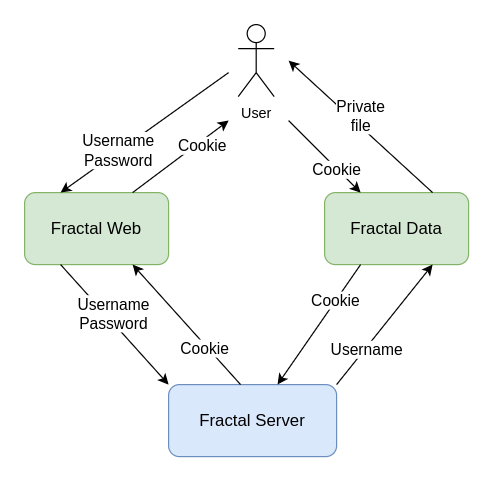
Before: fractal-vizarr-viewer-cookie-flow.png, a diagram exported from draw.io (fractal-analytics-platform/fractal-vizarr-viewer). Source tidied: cells renumbered, new cells last; positions are measured from the earlier drawing's top-left corner, leaving out a move shared by most shapes. The source it was exported from:
```xml
<mxGraphModel>
  <root>
    <mxCell id="0" />
    <mxCell id="1" parent="0" />
    <mxCell id="2" value="Fractal Web" style="rounded=1;whiteSpace=wrap;html=1;fontSize=14;fillColor=#d5e8d4;strokeColor=#82b366;" parent="1" vertex="1">
      <mxGeometry y="140" width="120" height="60" as="geometry" />
    </mxCell>
    <mxCell id="3" value="Fractal Data" style="rounded=1;whiteSpace=wrap;html=1;fontSize=14;fillColor=#d5e8d4;strokeColor=#82b366;" parent="1" vertex="1">
      <mxGeometry x="250" y="140" width="120" height="60" as="geometry" />
    </mxCell>
    <mxCell id="4" value="Fractal Server" style="rounded=1;whiteSpace=wrap;html=1;fontSize=14;fillColor=#dae8fc;strokeColor=#6c8ebf;" parent="1" vertex="1">
      <mxGeometry x="120" y="300" width="140" height="60" as="geometry" />
    </mxCell>
    <mxCell id="5" value="User" style="shape=umlActor;verticalLabelPosition=bottom;verticalAlign=top;html=1;" parent="1" vertex="1">
      <mxGeometry x="178" width="30" height="60" as="geometry" />
    </mxCell>
    <mxCell id="6" style="endArrow=classic;html=1;rounded=0;entryX=0.25;entryY=0;entryDx=0;entryDy=0;" parent="1" edge="1" target="2">
      <mxGeometry relative="1" as="geometry">
        <mxPoint x="170" y="40" as="sourcePoint" />
      </mxGeometry>
    </mxCell>
    <mxCell id="7" value="&lt;font style=&quot;font-size: 13px;&quot;&gt;Username&lt;br&gt;Password&lt;br&gt;&lt;/font&gt;" style="edgeLabel;html=1;align=center;verticalAlign=middle;" parent="6" vertex="1">
      <mxGeometry x="0.31" y="-1" relative="1" as="geometry" />
    </mxCell>
    <mxCell id="8" style="endArrow=classic;html=1;rounded=0;exitX=0.25;exitY=1;exitDx=0;exitDy=0;entryX=0;entryY=0;entryDx=0;entryDy=0;" parent="1" edge="1" source="2" target="4">
      <mxGeometry relative="1" as="geometry" />
    </mxCell>
    <mxCell id="9" value="&lt;font style=&quot;font-size: 13px;&quot;&gt;Username&lt;br&gt;Password&lt;/font&gt;" style="edgeLabel;html=1;align=center;verticalAlign=middle;" parent="8" vertex="1">
      <mxGeometry x="-0.26" y="3" relative="1" as="geometry">
        <mxPoint x="8" y="5" as="offset" />
      </mxGeometry>
    </mxCell>
    <mxCell id="10" style="endArrow=classic;html=1;rounded=0;entryX=0.75;entryY=1;entryDx=0;entryDy=0;" parent="1" edge="1" target="2">
      <mxGeometry relative="1" as="geometry">
        <mxPoint x="180" y="300" as="sourcePoint" />
      </mxGeometry>
    </mxCell>
    <mxCell id="11" value="&lt;font style=&quot;font-size: 13px;&quot;&gt;Cookie&lt;/font&gt;" style="edgeLabel;html=1;align=center;verticalAlign=middle;" parent="10" vertex="1">
      <mxGeometry x="0.02" y="3" relative="1" as="geometry">
        <mxPoint x="18" y="19" as="offset" />
      </mxGeometry>
    </mxCell>
    <mxCell id="12" style="endArrow=classic;html=1;rounded=0;exitX=0.75;exitY=0;exitDx=0;exitDy=0;" parent="1" edge="1" source="2">
      <mxGeometry relative="1" as="geometry">
        <mxPoint x="170" y="80" as="targetPoint" />
      </mxGeometry>
    </mxCell>
    <mxCell id="13" value="&lt;font style=&quot;font-size: 13px;&quot;&gt;Cookie&lt;/font&gt;" style="edgeLabel;html=1;align=center;verticalAlign=middle;" parent="12" vertex="1">
      <mxGeometry x="0.02" y="3" relative="1" as="geometry">
        <mxPoint x="18" y="-7" as="offset" />
      </mxGeometry>
    </mxCell>
    <mxCell id="14" style="endArrow=classic;html=1;rounded=0;entryX=0.25;entryY=0;entryDx=0;entryDy=0;" parent="1" edge="1" target="3">
      <mxGeometry relative="1" as="geometry">
        <mxPoint x="220" y="80" as="sourcePoint" />
      </mxGeometry>
    </mxCell>
    <mxCell id="15" value="&lt;font style=&quot;font-size: 13px;&quot;&gt;Cookie&lt;/font&gt;" style="edgeLabel;html=1;align=center;verticalAlign=middle;" parent="14" vertex="1">
      <mxGeometry x="0.02" y="3" relative="1" as="geometry">
        <mxPoint x="7" y="12" as="offset" />
      </mxGeometry>
    </mxCell>
    <mxCell id="16" style="endArrow=classic;html=1;rounded=0;exitX=0.25;exitY=1;exitDx=0;exitDy=0;" parent="1" edge="1" source="3" target="4">
      <mxGeometry relative="1" as="geometry" />
    </mxCell>
    <mxCell id="17" value="&lt;font style=&quot;font-size: 13px;&quot;&gt;Cookie&lt;/font&gt;" style="edgeLabel;html=1;align=center;verticalAlign=middle;" parent="16" vertex="1">
      <mxGeometry x="0.02" y="3" relative="1" as="geometry">
        <mxPoint x="11" y="-23" as="offset" />
      </mxGeometry>
    </mxCell>
    <mxCell id="18" style="endArrow=classic;html=1;rounded=0;entryX=0.75;entryY=1;entryDx=0;entryDy=0;exitX=1;exitY=0;exitDx=0;exitDy=0;" parent="1" edge="1" source="4" target="3">
      <mxGeometry relative="1" as="geometry" />
    </mxCell>
    <mxCell id="19" value="&lt;font style=&quot;font-size: 13px;&quot;&gt;Username&lt;br&gt;&lt;/font&gt;" style="edgeLabel;html=1;align=center;verticalAlign=middle;" parent="18" vertex="1">
      <mxGeometry x="0.02" y="3" relative="1" as="geometry">
        <mxPoint x="-14" y="23" as="offset" />
      </mxGeometry>
    </mxCell>
    <mxCell id="20" style="endArrow=classic;html=1;rounded=0;exitX=0.75;exitY=0;exitDx=0;exitDy=0;" parent="1" edge="1" source="3">
      <mxGeometry relative="1" as="geometry">
        <mxPoint x="220" y="30" as="targetPoint" />
      </mxGeometry>
    </mxCell>
    <mxCell id="21" value="&lt;font style=&quot;font-size: 13px;&quot;&gt;Private&lt;br&gt;file&lt;br&gt;&lt;/font&gt;" style="edgeLabel;html=1;align=center;verticalAlign=middle;" parent="20" vertex="1">
      <mxGeometry x="0.02" y="3" relative="1" as="geometry">
        <mxPoint x="3" y="-11" as="offset" />
      </mxGeometry>
    </mxCell>
  </root>
</mxGraphModel>
```
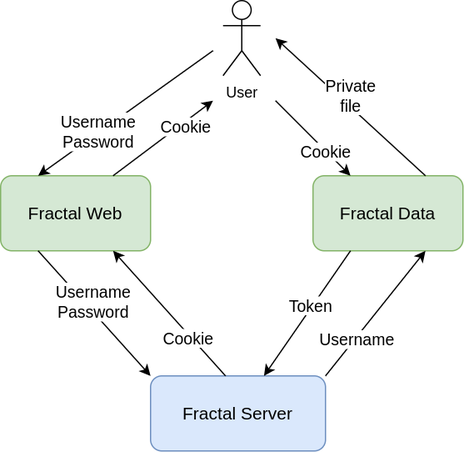
Above is the later version.

The edit, as a diff of the source:
```diff
@@ -63,11 +63,9 @@
     <mxCell id="16" style="endArrow=classic;html=1;rounded=0;exitX=0.25;exitY=1;exitDx=0;exitDy=0;" parent="1" edge="1" source="3" target="4">
       <mxGeometry relative="1" as="geometry" />
     </mxCell>
-    <mxCell id="17" value="&lt;font style=&quot;font-size: 13px;&quot;&gt;Cookie&lt;/font&gt;" style="edgeLabel;html=1;align=center;verticalAlign=middle;" parent="16" vertex="1">
-      <mxGeometry x="0.02" y="3" relative="1" as="geometry">
-        <mxPoint x="11" y="-23" as="offset" />
-      </mxGeometry>
-    </mxCell>
+    <mxCell id="22" value="Token" style="edgeLabel;html=1;align=center;verticalAlign=middle;fontSize=13;" parent="16" vertex="1">
+      <mxGeometry x="-0.12" y="-2" relative="1" as="geometry" />
+    </mxCell>
     <mxCell id="18" style="endArrow=classic;html=1;rounded=0;entryX=0.75;entryY=1;entryDx=0;entryDy=0;exitX=1;exitY=0;exitDx=0;exitDy=0;" parent="1" edge="1" source="4" target="3">
       <mxGeometry relative="1" as="geometry" />
     </mxCell>
```
